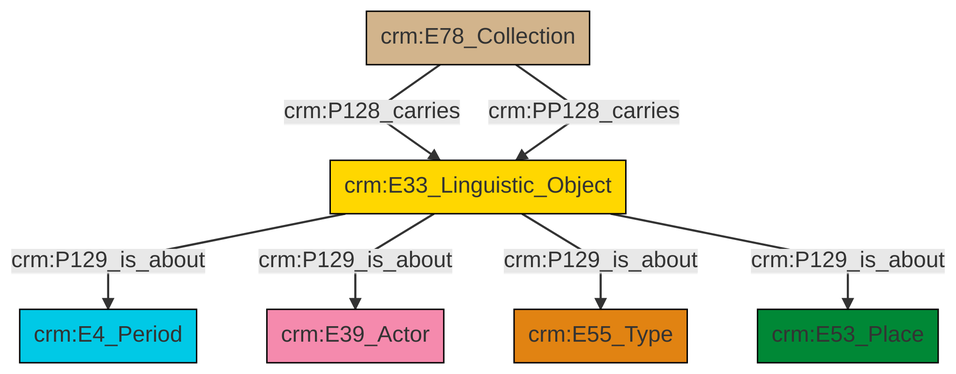
swiss-art-research-net/docs.swissartresearch keeps this Mermaid diagram as et/archivalCSV/ttl/mmd/png/archival_aboutness.png. Above is the earlier version. Its source is kept beside it as et/archivalCSV/ttl/mmd/archival_aboutness.ttl.mmd.
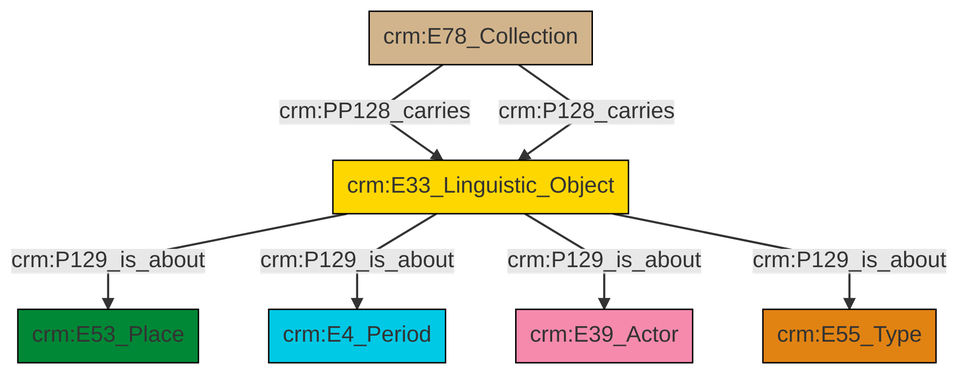
The same diagram one commit later.

What changed in the source:
```diff
@@ -13,9 +13,9 @@
 classDef PC_Classes fill:#4ce600, stroke:#000000;
 classDef Multi fill:#cccccc,stroke:#000000;
 
-2["crm:E78_Collection"]:::Physical_Thing -->|crm:P128_carries| 0["crm:E33_Linguistic_Object"]:::Conceptual_Object
-0["crm:E33_Linguistic_Object"]:::Conceptual_Object -->|crm:P129_is_about| 6["crm:E4_Period"]:::Temporal_Entity
-0["crm:E33_Linguistic_Object"]:::Conceptual_Object -->|crm:P129_is_about| 10["crm:E39_Actor"]:::Actor
-2["crm:E78_Collection"]:::Physical_Thing -->|crm:PP128_carries| 0["crm:E33_Linguistic_Object"]:::Conceptual_Object
-0["crm:E33_Linguistic_Object"]:::Conceptual_Object -->|crm:P129_is_about| 7["crm:E55_Type"]:::Type
-0["crm:E33_Linguistic_Object"]:::Conceptual_Object -->|crm:P129_is_about| 4["crm:E53_Place"]:::Place
+2["crm:E33_Linguistic_Object"]:::Conceptual_Object -->|crm:P129_is_about| 3["crm:E53_Place"]:::Place
+0["crm:E78_Collection"]:::Physical_Thing -->|crm:PP128_carries| 2["crm:E33_Linguistic_Object"]:::Conceptual_Object
+2["crm:E33_Linguistic_Object"]:::Conceptual_Object -->|crm:P129_is_about| 5["crm:E4_Period"]:::Temporal_Entity
+2["crm:E33_Linguistic_Object"]:::Conceptual_Object -->|crm:P129_is_about| 6["crm:E39_Actor"]:::Actor
+0["crm:E78_Collection"]:::Physical_Thing -->|crm:P128_carries| 2["crm:E33_Linguistic_Object"]:::Conceptual_Object
+2["crm:E33_Linguistic_Object"]:::Conceptual_Object -->|crm:P129_is_about| 9["crm:E55_Type"]:::Type
```
